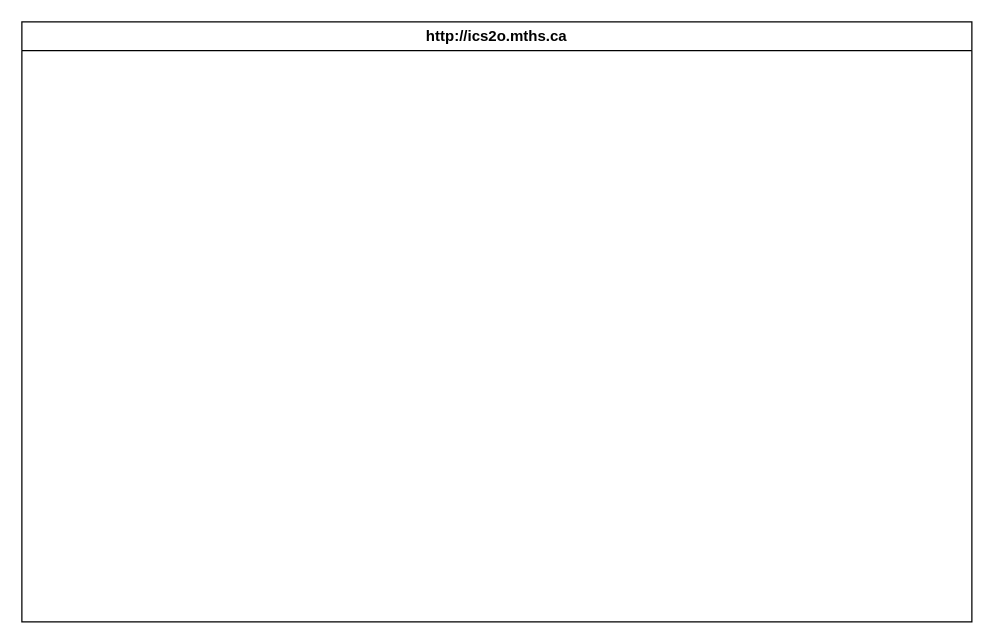
The draw.io diagram design/storyboard.drawio in MTHS-ICD2O-1-2023/ICD2O-Unit-6-02-Adam-Batiuk, before the edit. Source tidied: cells renumbered, new cells numbered last; positions are measured from the earlier drawing's top-left corner, leaving out a move shared by most shapes. Both pictures are drawn from the tidied source at 125%, with x=0, y=0 at pixel (21, 21).
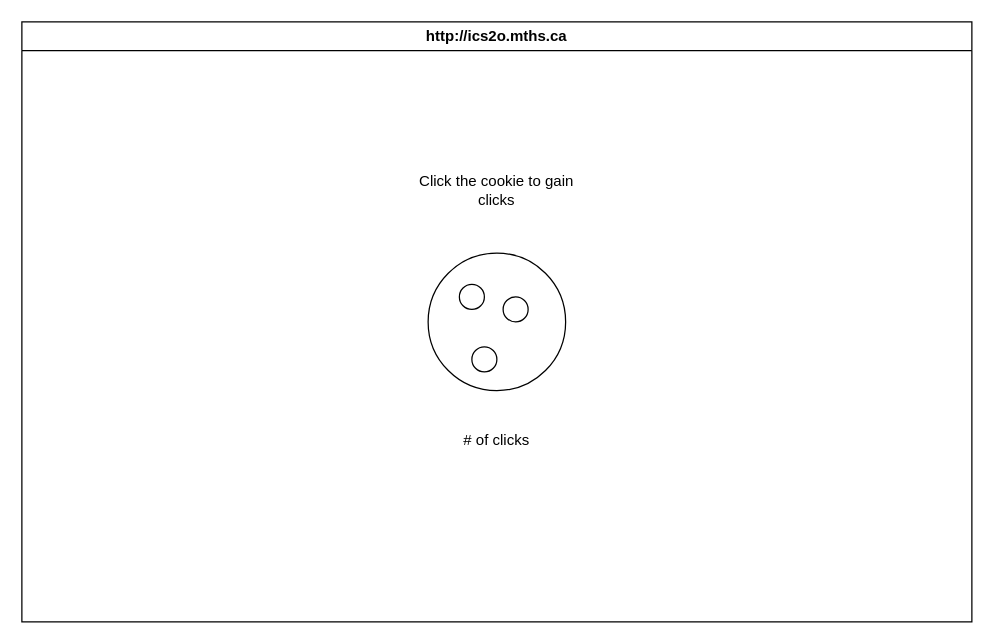
The same diagram, later.

The edit, as a diff of the source:
```diff
@@
 <mxGraphModel>
   <root>
     <mxCell id="0" />
     <mxCell id="1" parent="0" />
     <mxCell id="2" value="http://ics2o.mths.ca" style="swimlane;whiteSpace=wrap;html=1;" parent="1" vertex="1">
       <mxGeometry width="760" height="480" as="geometry" />
     </mxCell>
+    <mxCell id="3" style="ellipse;whiteSpace=wrap;html=1;" parent="2" vertex="1">
+      <mxGeometry x="325" y="185" width="110" height="110" as="geometry" />
+    </mxCell>
+    <mxCell id="4" style="ellipse;whiteSpace=wrap;html=1;" parent="2" vertex="1">
+      <mxGeometry x="350" y="210" width="20" height="20" as="geometry" />
+    </mxCell>
+    <mxCell id="5" style="ellipse;whiteSpace=wrap;html=1;" parent="2" vertex="1">
+      <mxGeometry x="360" y="260" width="20" height="20" as="geometry" />
+    </mxCell>
+    <mxCell id="6" style="ellipse;whiteSpace=wrap;html=1;" parent="2" vertex="1">
+      <mxGeometry x="385" y="220" width="20" height="20" as="geometry" />
+    </mxCell>
+    <mxCell id="7" value="# of clicks" style="text;html=1;strokeColor=none;fillColor=none;align=center;verticalAlign=middle;whiteSpace=wrap;rounded=0;" parent="2" vertex="1">
+      <mxGeometry x="350" y="320" width="60" height="30" as="geometry" />
+    </mxCell>
+    <mxCell id="8" value="Click the cookie to gain clicks" style="text;html=1;strokeColor=none;fillColor=none;align=center;verticalAlign=middle;whiteSpace=wrap;rounded=0;" parent="2" vertex="1">
+      <mxGeometry x="305" y="120" width="150" height="30" as="geometry" />
+    </mxCell>
   </root>
 </mxGraphModel>
```
